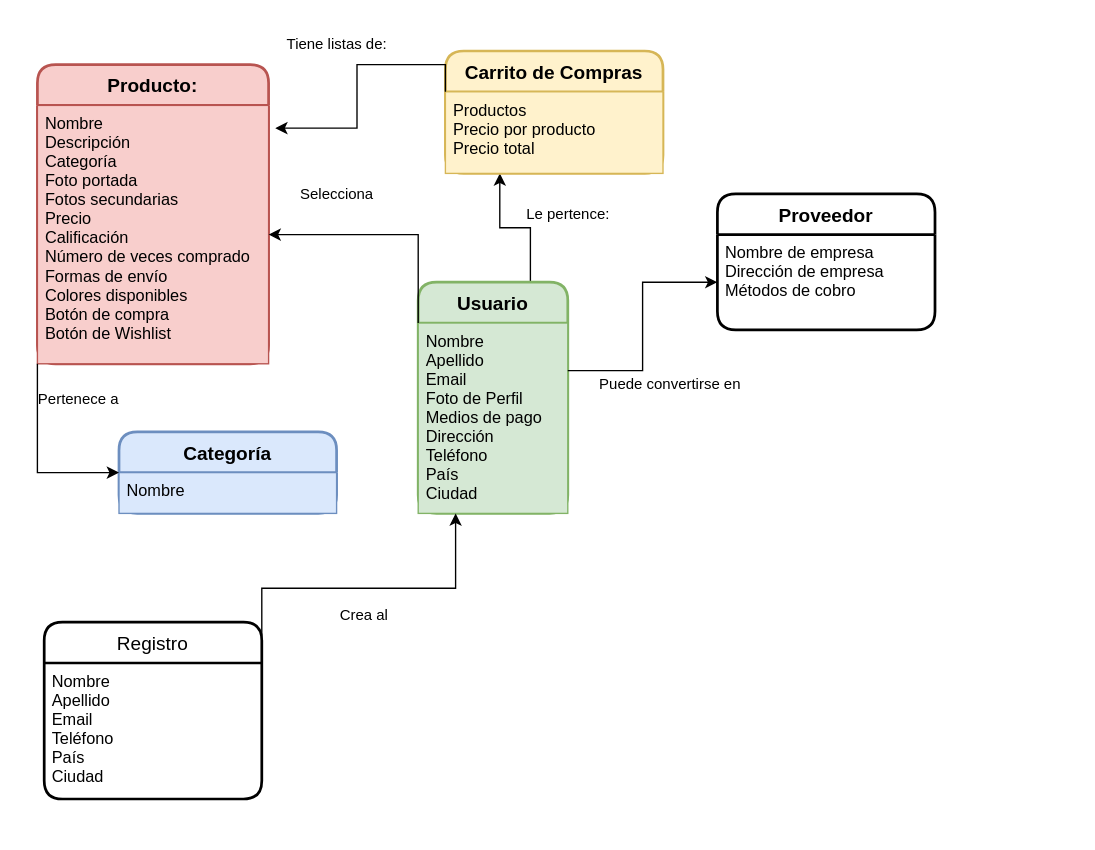
Above: Diagrama sin título.drawio in gonzaloleivas/obligatorio-taller (draw.io), before the change. Source tidied: cells renumbered, new cells numbered last; positions are measured from the earlier drawing's top-left corner, leaving out a move shared by most shapes. Both pictures are drawn from the tidied source at 136%, with x=0, y=0 at pixel (23, 23).
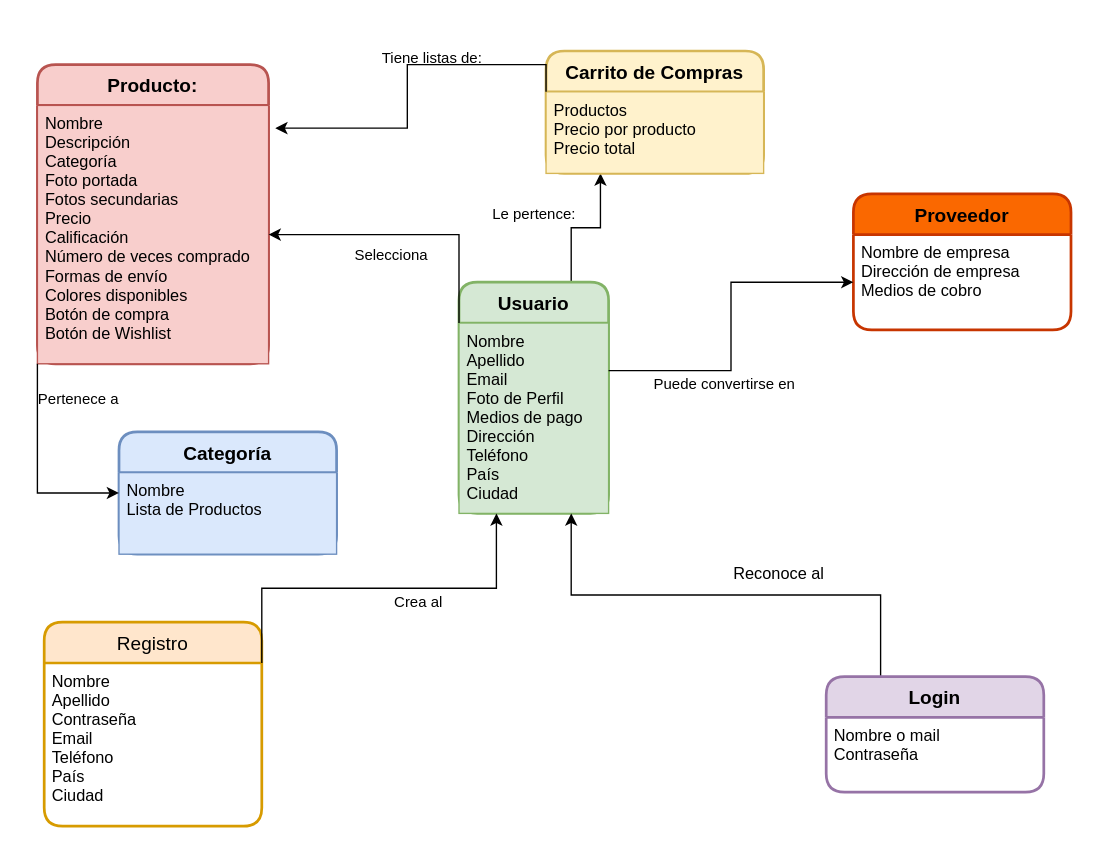
After the change.

The change refers to these unchanged cells:
```xml
<mxCell id="4" value="Nombre&#10;Apellido&#10;Email&#10;Foto de Perfil&#10;Medios de pago&#10;Dirección&#10;Teléfono&#10;País&#10;Ciudad" style="align=left;strokeColor=#82b366;fillColor=#d5e8d4;spacingLeft=4;fontSize=12;verticalAlign=top;" parent="3" vertex="1">
  <mxGeometry y="30" width="110" height="140" as="geometry" />
</mxCell>
<mxCell id="10" value="Productos&#10;Precio por producto&#10;Precio total" style="align=left;strokeColor=#d6b656;fillColor=#fff2cc;spacingLeft=4;fontSize=12;verticalAlign=top;" parent="9" vertex="1">
  <mxGeometry y="30" width="160" height="60" as="geometry" />
</mxCell>
```

Diff of the diagram source:
```diff
@@
     <mxCell id="3" value="Usuario" style="swimlane;horizontal=1;startSize=30;rounded=1;fontSize=14;fontStyle=1;strokeWidth=2;shadow=0;dashed=0;align=center;fillColor=#d5e8d4;strokeColor=#82b366;" parent="1" vertex="1">
-      <mxGeometry x="290" y="190" width="110" height="170" as="geometry" />
+      <mxGeometry x="320" y="190" width="110" height="170" as="geometry" />
     </mxCell>
@@
     <mxCell id="7" value="Categoría" style="swimlane;horizontal=1;startSize=30;rounded=1;fontSize=14;fontStyle=1;strokeWidth=2;shadow=0;dashed=0;align=center;fillColor=#dae8fc;strokeColor=#6c8ebf;" parent="1" vertex="1">
-      <mxGeometry x="70" y="300" width="160" height="60" as="geometry" />
+      <mxGeometry x="70" y="300" width="160" height="90" as="geometry" />
     </mxCell>
-    <mxCell id="8" value="Nombre" style="align=left;strokeColor=#6c8ebf;fillColor=#dae8fc;spacingLeft=4;fontSize=12;verticalAlign=top;" parent="7" vertex="1">
-      <mxGeometry y="30" width="160" height="30" as="geometry" />
+    <mxCell id="8" value="Nombre&#10;Lista de Productos" style="align=left;strokeColor=#6c8ebf;fillColor=#dae8fc;spacingLeft=4;fontSize=12;verticalAlign=top;" parent="7" vertex="1">
+      <mxGeometry y="30" width="160" height="60" as="geometry" />
     </mxCell>
     <mxCell id="9" value="Carrito de Compras" style="swimlane;horizontal=1;startSize=30;rounded=1;fontSize=14;fontStyle=1;strokeWidth=2;shadow=0;dashed=0;align=center;fillColor=#fff2cc;strokeColor=#d6b656;" parent="1" vertex="1">
-      <mxGeometry x="310" y="20" width="160" height="90" as="geometry" />
+      <mxGeometry x="384" y="20" width="160" height="90" as="geometry" />
     </mxCell>
@@
+    <mxCell id="26" style="edgeStyle=orthogonalEdgeStyle;rounded=0;orthogonalLoop=1;jettySize=auto;html=1;exitX=0.5;exitY=1;exitDx=0;exitDy=0;" parent="9" edge="1" source="10" target="10">
+      <mxGeometry relative="1" as="geometry" />
+    </mxCell>
@@
     <mxCell id="14" value="Tiene listas de:" style="text;html=1;align=center;verticalAlign=middle;strokeColor=none;fillColor=none;fontSize=11;" parent="1" vertex="1">
-      <mxGeometry x="180" width="100" height="30" as="geometry" />
+      <mxGeometry x="250" y="10" width="100" height="30" as="geometry" />
     </mxCell>
@@
     <mxCell id="16" value="Selecciona" style="text;html=1;align=center;verticalAlign=middle;strokeColor=none;fillColor=none;fontSize=11;" parent="1" vertex="1">
-      <mxGeometry x="190" y="110" width="80" height="30" as="geometry" />
+      <mxGeometry x="230" y="155" width="80" height="30" as="geometry" />
     </mxCell>
     <mxCell id="17" value="Le pertence:" style="text;html=1;align=center;verticalAlign=middle;strokeColor=none;fillColor=none;fontSize=11;" parent="1" vertex="1">
-      <mxGeometry x="360" y="125" width="80" height="30" as="geometry" />
+      <mxGeometry x="335" y="125" width="80" height="30" as="geometry" />
     </mxCell>
-    <mxCell id="18" value="Proveedor" style="swimlane;horizontal=1;startSize=30;rounded=1;fontSize=14;fontStyle=1;strokeWidth=2;shadow=0;dashed=0;align=center;" parent="1" vertex="1">
-      <mxGeometry x="510" y="125" width="160" height="100" as="geometry" />
+    <mxCell id="18" value="Proveedor" style="swimlane;horizontal=1;startSize=30;rounded=1;fontSize=14;fontStyle=1;strokeWidth=2;shadow=0;dashed=0;align=center;fillColor=#fa6800;fontColor=#000000;strokeColor=#C73500;" parent="1" vertex="1">
+      <mxGeometry x="610" y="125" width="160" height="100" as="geometry" />
     </mxCell>
-    <mxCell id="19" value="Nombre de empresa&#10;Dirección de empresa&#10;Métodos de cobro" style="align=left;strokeColor=none;fillColor=none;spacingLeft=4;fontSize=12;verticalAlign=top;" parent="18" vertex="1">
+    <mxCell id="19" value="Nombre de empresa&#10;Dirección de empresa&#10;Medios de cobro" style="align=left;strokeColor=none;fillColor=none;spacingLeft=4;fontSize=12;verticalAlign=top;" parent="18" vertex="1">
       <mxGeometry y="30" width="160" height="70" as="geometry" />
     </mxCell>
@@
     <mxCell id="21" value="Puede convertirse en" style="text;html=1;align=center;verticalAlign=middle;strokeColor=none;fillColor=none;fontSize=11;" parent="1" vertex="1">
-      <mxGeometry x="410" y="250" width="130" height="30" as="geometry" />
+      <mxGeometry x="450" y="250" width="130" height="30" as="geometry" />
     </mxCell>
-    <mxCell id="22" value="Registro" style="swimlane;horizontal=1;startSize=30;rounded=1;fontSize=14;fontStyle=0;strokeWidth=2;shadow=0;dashed=0;align=center;" parent="1" vertex="1">
-      <mxGeometry x="15" y="440" width="160" height="130" as="geometry" />
+    <mxCell id="22" value="Registro" style="swimlane;horizontal=1;startSize=30;rounded=1;fontSize=14;fontStyle=0;strokeWidth=2;shadow=0;dashed=0;align=center;fillColor=#ffe6cc;strokeColor=#d79b00;" parent="1" vertex="1">
+      <mxGeometry x="15" y="440" width="160" height="150" as="geometry" />
     </mxCell>
-    <mxCell id="23" value="Nombre&#10;Apellido&#10;Email&#10;Teléfono&#10;País&#10;Ciudad" style="align=left;strokeColor=none;fillColor=none;spacingLeft=4;fontSize=12;verticalAlign=top;" parent="22" vertex="1">
-      <mxGeometry y="30" width="160" height="100" as="geometry" />
+    <mxCell id="23" value="Nombre&#10;Apellido&#10;Contraseña&#10;Email&#10;Teléfono&#10;País&#10;Ciudad" style="align=left;strokeColor=none;fillColor=none;spacingLeft=4;fontSize=12;verticalAlign=top;" parent="22" vertex="1">
+      <mxGeometry y="30" width="160" height="120" as="geometry" />
     </mxCell>
@@
     <mxCell id="25" value="Crea al" style="text;html=1;align=center;verticalAlign=middle;strokeColor=none;fillColor=none;fontSize=11;" parent="1" vertex="1">
-      <mxGeometry x="220" y="420" width="60" height="30" as="geometry" />
+      <mxGeometry x="260" y="410" width="60" height="30" as="geometry" />
     </mxCell>
+    <mxCell id="27" style="edgeStyle=orthogonalEdgeStyle;rounded=0;jettySize=auto;html=1;exitX=0.25;exitY=0;exitDx=0;exitDy=0;entryX=0.75;entryY=1;entryDx=0;entryDy=0;" parent="1" edge="1" source="28" target="4">
+      <mxGeometry relative="1" as="geometry" />
+    </mxCell>
+    <mxCell id="28" value="Login" style="swimlane;horizontal=1;startSize=30;rounded=1;fontSize=14;fontStyle=1;strokeWidth=2;shadow=0;dashed=0;align=center;fillColor=#e1d5e7;strokeColor=#9673a6;" parent="1" vertex="1">
+      <mxGeometry x="590" y="480" width="160" height="85" as="geometry" />
+    </mxCell>
+    <mxCell id="29" value="Nombre o mail&#10;Contraseña" style="align=left;strokeColor=none;fillColor=none;spacingLeft=4;fontSize=12;verticalAlign=top;" parent="28" vertex="1">
+      <mxGeometry y="30" width="160" height="55" as="geometry" />
+    </mxCell>
+    <mxCell id="30" value="Reconoce al" style="text;html=1;align=center;verticalAlign=middle;strokeColor=none;fillColor=none;" parent="1" vertex="1">
+      <mxGeometry x="510" y="390" width="90" height="30" as="geometry" />
+    </mxCell>
```
